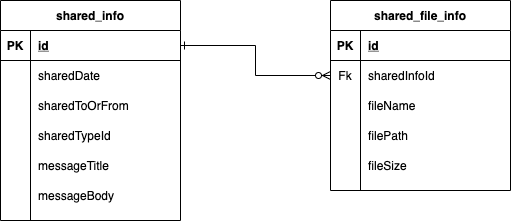
Before: doc/db/er.drawio.png, a diagram exported from draw.io (nakamurakzz/shareStreage). Source tidied: cells renumbered, new cells last; positions are measured from the earlier drawing's top-left corner, leaving out a move shared by most shapes.
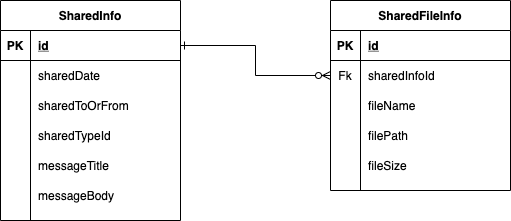
After the commit.

Commit message:
サンプル追加

The edit, as a diff of the source:
```diff
@@ -2,7 +2,7 @@
   <root>
     <mxCell id="0" />
     <mxCell id="1" parent="0" />
-    <mxCell id="2" value="shared_info" style="shape=table;startSize=30;rowLines=0;fontStyle=1;align=center;" parent="1" vertex="1">
+    <mxCell id="2" value="SharedInfo" style="shape=table;startSize=30;rowLines=0;fontStyle=1;align=center;" parent="1" vertex="1">
       <mxGeometry width="180" height="220" as="geometry" />
     </mxCell>
     <mxCell id="3" style="shape=partialRectangle;fillColor=none;top=0;left=0;bottom=1;right=0;points=[[0,0.5],[1,0.5]];portConstraint=eastwest;" parent="2" vertex="1">
@@ -59,7 +59,7 @@
     <mxCell id="20" value="messageBody" style="shape=partialRectangle;fillColor=none;top=0;left=0;bottom=0;right=0;align=left;spacingLeft=6;overflow=hidden;" parent="18" vertex="1">
       <mxGeometry x="30" width="150" height="30" as="geometry" />
     </mxCell>
-    <mxCell id="21" value="shared_file_info" style="shape=table;startSize=30;rowLines=0;fontStyle=1;align=center;" parent="1" vertex="1">
+    <mxCell id="21" value="SharedFileInfo" style="shape=table;startSize=30;rowLines=0;fontStyle=1;align=center;" parent="1" vertex="1">
       <mxGeometry x="330" width="180" height="190" as="geometry" />
     </mxCell>
     <mxCell id="22" style="shape=partialRectangle;fillColor=none;top=0;left=0;bottom=1;right=0;" parent="21" vertex="1">
```
